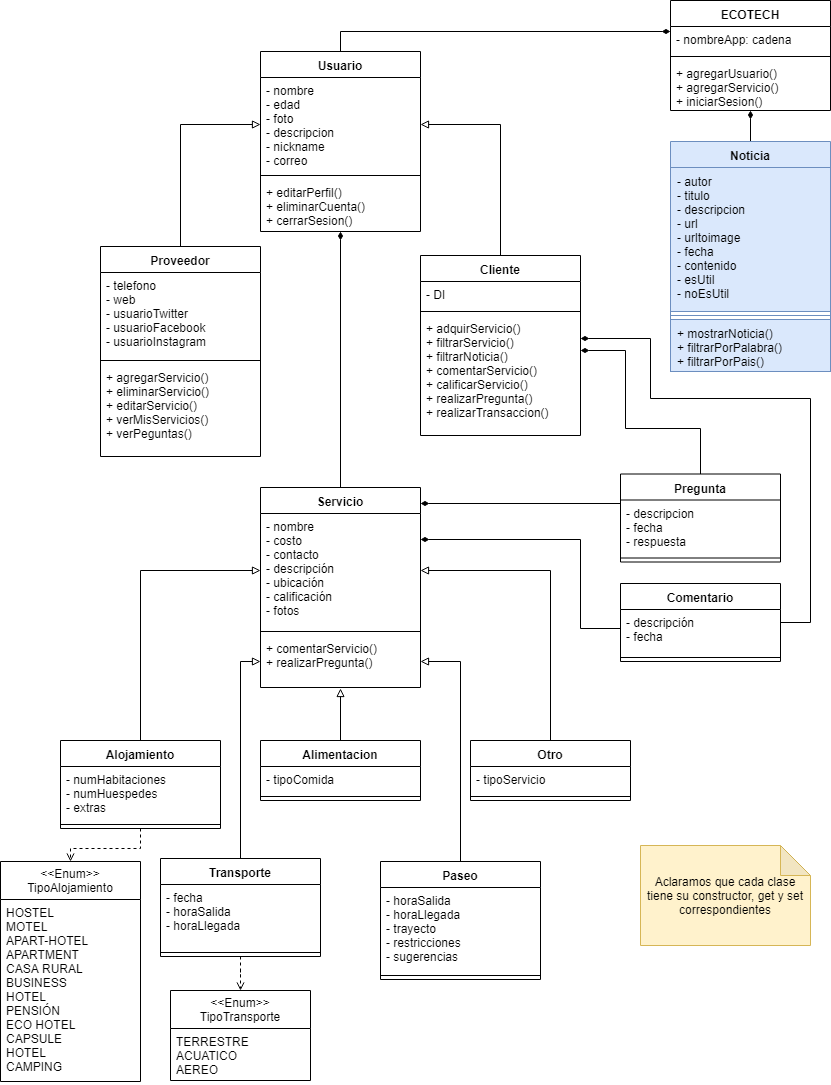
webservices1930/ECOTECH keeps this draw.io diagram as Diagramas/EcoTech Class Diagram.png. Above is the earlier version. Source tidied: cells renumbered, new cells last; positions are measured from the earlier drawing's top-left corner, leaving out a move shared by most shapes.
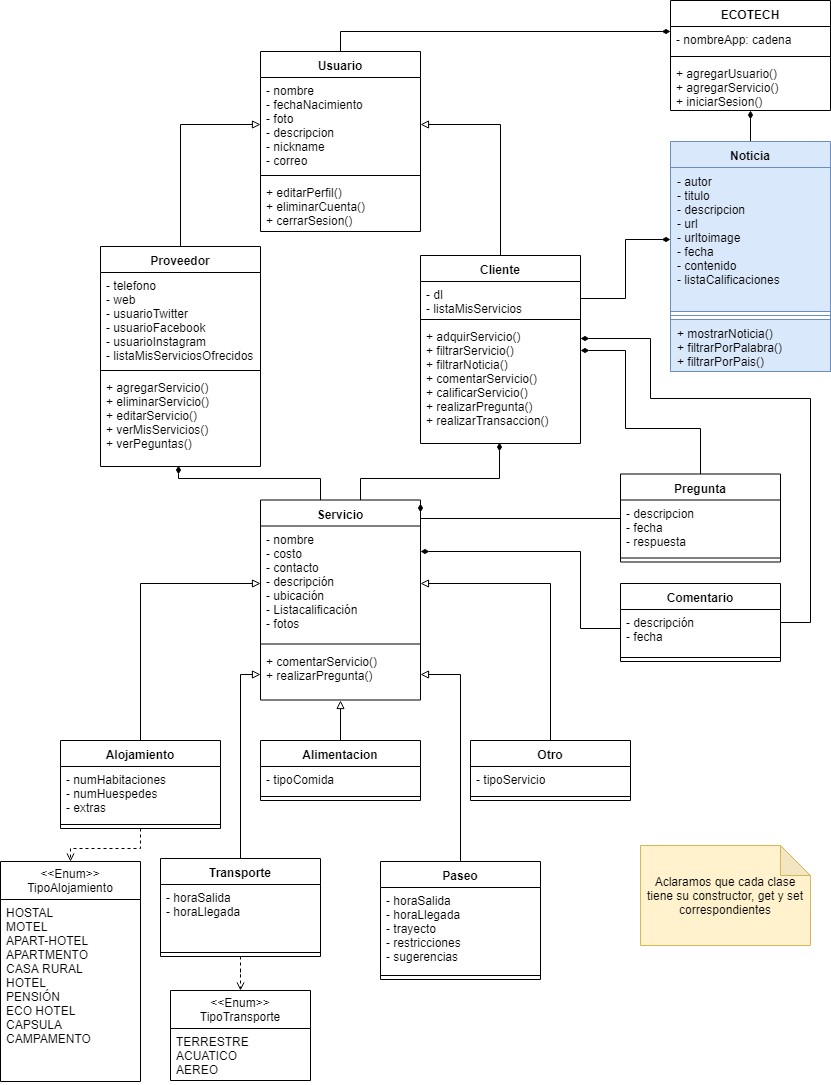
The same diagram one commit later.

Diff of the diagram source:
```diff
@@ -24,37 +24,61 @@
         </Array>
       </mxGeometry>
     </mxCell>
+    <mxCell id="68" style="edgeStyle=orthogonalEdgeStyle;rounded=0;jettySize=auto;html=1;entryX=0;entryY=0.5;entryDx=0;entryDy=0;startArrow=none;startFill=0;endArrow=diamondThin;endFill=1;" parent="1" edge="1" source="5" target="25">
+      <mxGeometry relative="1" as="geometry">
+        <Array as="points">
+          <mxPoint x="625" y="298" />
+          <mxPoint x="625" y="239" />
+        </Array>
+      </mxGeometry>
+    </mxCell>
     <mxCell id="5" value="Cliente" style="swimlane;fontStyle=1;align=center;verticalAlign=top;horizontal=1;startSize=26;" parent="1" vertex="1">
-      <mxGeometry x="420" y="255" width="160" height="180" as="geometry" />
+      <mxGeometry x="420" y="255" width="160" height="188" as="geometry" />
     </mxCell>
-    <mxCell id="6" value="- DI" style="text;strokeColor=none;fillColor=none;align=left;verticalAlign=top;spacingLeft=4;spacingRight=4;overflow=hidden;" parent="5" vertex="1">
-      <mxGeometry y="26" width="160" height="26" as="geometry" />
+    <mxCell id="6" value="- dI&#10;- listaMisServicios" style="text;strokeColor=none;fillColor=none;align=left;verticalAlign=top;spacingLeft=4;spacingRight=4;overflow=hidden;" parent="5" vertex="1">
+      <mxGeometry y="26" width="160" height="34" as="geometry" />
     </mxCell>
     <mxCell id="7" style="line;strokeWidth=1;fillColor=none;align=left;verticalAlign=middle;spacingTop=-1;spacingLeft=3;spacingRight=3;labelPosition=right;" parent="5" vertex="1">
-      <mxGeometry y="52" width="160" height="8" as="geometry" />
+      <mxGeometry y="60" width="160" height="8" as="geometry" />
     </mxCell>
     <mxCell id="8" value="+ adquirServicio()&#10;+ filtrarServicio()&#10;+ filtrarNoticia()&#10;+ comentarServicio()&#10;+ calificarServicio()&#10;+ realizarPregunta()&#10;+ realizarTransaccion()&#10;" style="text;strokeColor=none;fillColor=none;align=left;verticalAlign=top;spacingLeft=4;spacingRight=4;overflow=hidden;points=[[0,0.5],[1,0.5]];portConstraint=eastwest;" parent="5" vertex="1">
-      <mxGeometry y="60" width="160" height="120" as="geometry" />
+      <mxGeometry y="68" width="160" height="120" as="geometry" />
     </mxCell>
     <mxCell id="9" style="edgeStyle=orthogonalEdgeStyle;rounded=0;jettySize=auto;html=1;entryX=0;entryY=0.5;entryDx=0;entryDy=0;startArrow=none;startFill=0;endArrow=block;endFill=0;" parent="1" edge="1" source="10" target="60">
       <mxGeometry relative="1" as="geometry" />
     </mxCell>
     <mxCell id="10" value="Proveedor" style="swimlane;fontStyle=1;align=center;verticalAlign=top;horizontal=1;startSize=26;" parent="1" vertex="1">
-      <mxGeometry x="100" y="246" width="160" height="210" as="geometry" />
+      <mxGeometry x="100" y="246" width="160" height="220" as="geometry" />
     </mxCell>
-    <mxCell id="11" value="- telefono&#10;- web&#10;- usuarioTwitter&#10;- usuarioFacebook&#10;- usuarioInstagram" style="text;strokeColor=none;fillColor=none;align=left;verticalAlign=top;spacingLeft=4;spacingRight=4;overflow=hidden;" parent="10" vertex="1">
-      <mxGeometry y="26" width="160" height="84" as="geometry" />
+    <mxCell id="11" value="- telefono&#10;- web&#10;- usuarioTwitter&#10;- usuarioFacebook&#10;- usuarioInstagram&#10;- listaMisServiciosOfrecidos" style="text;strokeColor=none;fillColor=none;align=left;verticalAlign=top;spacingLeft=4;spacingRight=4;overflow=hidden;" parent="10" vertex="1">
+      <mxGeometry y="26" width="160" height="94" as="geometry" />
     </mxCell>
     <mxCell id="12" style="line;strokeWidth=1;fillColor=none;align=left;verticalAlign=middle;spacingTop=-1;spacingLeft=3;spacingRight=3;labelPosition=right;" parent="10" vertex="1">
-      <mxGeometry y="110" width="160" height="8" as="geometry" />
+      <mxGeometry y="120" width="160" height="8" as="geometry" />
     </mxCell>
     <mxCell id="13" value="+ agregarServicio()&#10;+ eliminarServicio()&#10;+ editarServicio()&#10;+ verMisServicios()&#10;+ verPeguntas()&#10;&#10;" style="text;strokeColor=none;fillColor=none;align=left;verticalAlign=top;spacingLeft=4;spacingRight=4;overflow=hidden;points=[[0,0.5],[1,0.5]];portConstraint=eastwest;" parent="10" vertex="1">
-      <mxGeometry y="118" width="160" height="92" as="geometry" />
+      <mxGeometry y="128" width="160" height="92" as="geometry" />
     </mxCell>
+    <mxCell id="69" style="edgeStyle=orthogonalEdgeStyle;rounded=0;jettySize=auto;html=1;entryX=0.488;entryY=0.989;entryDx=0;entryDy=0;entryPerimeter=0;startArrow=none;startFill=0;endArrow=diamondThin;endFill=1;" parent="1" edge="1" source="14" target="13">
+      <mxGeometry relative="1" as="geometry">
+        <Array as="points">
+          <mxPoint x="320" y="478" />
+          <mxPoint x="178" y="478" />
+        </Array>
+      </mxGeometry>
+    </mxCell>
+    <mxCell id="70" style="edgeStyle=orthogonalEdgeStyle;rounded=0;jettySize=auto;html=1;entryX=0.494;entryY=0.992;entryDx=0;entryDy=0;entryPerimeter=0;startArrow=none;startFill=0;endArrow=diamondThin;endFill=1;" parent="1" edge="1" source="14" target="8">
+      <mxGeometry relative="1" as="geometry">
+        <Array as="points">
+          <mxPoint x="360" y="478" />
+          <mxPoint x="499" y="478" />
+        </Array>
+      </mxGeometry>
+    </mxCell>
     <mxCell id="14" value="Servicio" style="swimlane;fontStyle=1;align=center;verticalAlign=top;horizontal=1;startSize=26;" parent="1" vertex="1">
-      <mxGeometry x="260" y="487" width="160" height="200" as="geometry" />
+      <mxGeometry x="260" y="499.5" width="160" height="200" as="geometry" />
     </mxCell>
-    <mxCell id="15" value="- nombre&#10;- costo&#10;- contacto&#10;- descripción&#10;- ubicación&#10;- calificación&#10;- fotos" style="text;strokeColor=none;fillColor=none;align=left;verticalAlign=top;spacingLeft=4;spacingRight=4;overflow=hidden;points=[[0,0.5],[1,0.5]];portConstraint=eastwest;" parent="14" vertex="1">
+    <mxCell id="15" value="- nombre&#10;- costo&#10;- contacto&#10;- descripción&#10;- ubicación&#10;- Listacalificación&#10;- fotos" style="text;strokeColor=none;fillColor=none;align=left;verticalAlign=top;spacingLeft=4;spacingRight=4;overflow=hidden;points=[[0,0.5],[1,0.5]];portConstraint=eastwest;" parent="14" vertex="1">
       <mxGeometry y="26" width="160" height="114" as="geometry" />
     </mxCell>
     <mxCell id="16" style="line;strokeWidth=1;fillColor=none;align=left;verticalAlign=middle;spacingTop=-1;spacingLeft=3;spacingRight=3;labelPosition=right;" parent="14" vertex="1">
@@ -93,7 +117,7 @@
     <mxCell id="24" value="Noticia" style="swimlane;fontStyle=1;align=center;verticalAlign=top;horizontal=1;startSize=26;fillColor=#dae8fc;strokeColor=#6c8ebf;" parent="1" vertex="1">
       <mxGeometry x="670" y="141" width="160" height="230" as="geometry" />
     </mxCell>
-    <mxCell id="25" value="- autor&#10;- titulo&#10;- descripcion&#10;- url&#10;- urltoimage&#10;- fecha&#10;- contenido&#10;- esUtil&#10;- noEsUtil" style="text;strokeColor=#6c8ebf;fillColor=#dae8fc;align=left;verticalAlign=top;spacingLeft=4;spacingRight=4;overflow=hidden;points=[[0,0.5],[1,0.5]];portConstraint=eastwest;" parent="24" vertex="1">
+    <mxCell id="25" value="- autor&#10;- titulo&#10;- descripcion&#10;- url&#10;- urltoimage&#10;- fecha&#10;- contenido&#10;- listaCalificaciones" style="text;strokeColor=#6c8ebf;fillColor=#dae8fc;align=left;verticalAlign=top;spacingLeft=4;spacingRight=4;overflow=hidden;points=[[0,0.5],[1,0.5]];portConstraint=eastwest;" parent="24" vertex="1">
       <mxGeometry y="26" width="160" height="144" as="geometry" />
     </mxCell>
     <mxCell id="26" style="line;strokeWidth=1;fillColor=#dae8fc;align=left;verticalAlign=middle;spacingTop=-1;spacingLeft=3;spacingRight=3;labelPosition=right;strokeColor=#6c8ebf;" parent="24" vertex="1">
@@ -138,7 +162,7 @@
     <mxCell id="39" value="Transporte" style="swimlane;fontStyle=1;align=center;verticalAlign=top;horizontal=1;startSize=26;" parent="1" vertex="1">
       <mxGeometry x="160" y="858" width="160" height="98" as="geometry" />
     </mxCell>
-    <mxCell id="40" value="- fecha&#10;- horaSalida&#10;- horaLlegada&#10;" style="text;strokeColor=none;fillColor=none;align=left;verticalAlign=top;spacingLeft=4;spacingRight=4;overflow=hidden;" parent="39" vertex="1">
+    <mxCell id="40" value="- horaSalida&#10;- horaLlegada&#10;" style="text;strokeColor=none;fillColor=none;align=left;verticalAlign=top;spacingLeft=4;spacingRight=4;overflow=hidden;" parent="39" vertex="1">
       <mxGeometry y="26" width="160" height="64" as="geometry" />
     </mxCell>
     <mxCell id="41" style="line;strokeWidth=1;fillColor=none;align=left;verticalAlign=middle;spacingTop=-1;spacingLeft=3;spacingRight=3;labelPosition=right;" parent="39" vertex="1">
@@ -172,7 +196,7 @@
       <mxGeometry relative="1" as="geometry">
         <mxPoint x="420" y="503" as="targetPoint" />
         <Array as="points">
-          <mxPoint x="420" y="503" />
+          <mxPoint x="420" y="518" />
         </Array>
       </mxGeometry>
     </mxCell>
@@ -197,13 +221,10 @@
     <mxCell id="57" style="line;strokeWidth=1;fillColor=none;align=left;verticalAlign=middle;spacingTop=-1;spacingLeft=3;spacingRight=3;labelPosition=right;" parent="55" vertex="1">
       <mxGeometry y="70" width="160" height="8" as="geometry" />
     </mxCell>
-    <mxCell id="58" style="edgeStyle=orthogonalEdgeStyle;rounded=0;jettySize=auto;html=1;entryX=0.5;entryY=0;entryDx=0;entryDy=0;startArrow=diamondThin;startFill=1;endArrow=none;endFill=0;" parent="1" edge="1" source="59" target="14">
-      <mxGeometry relative="1" as="geometry" />
-    </mxCell>
     <mxCell id="59" value="Usuario" style="swimlane;fontStyle=1;align=center;verticalAlign=top;horizontal=1;startSize=26;" parent="1" vertex="1">
       <mxGeometry x="260" y="51" width="160" height="180" as="geometry" />
     </mxCell>
-    <mxCell id="60" value="- nombre&#10;- edad&#10;- foto&#10;- descripcion&#10;- nickname&#10;- correo&#10;" style="text;strokeColor=none;fillColor=none;align=left;verticalAlign=top;spacingLeft=4;spacingRight=4;overflow=hidden;points=[[0,0.5],[1,0.5]];portConstraint=eastwest;" parent="59" vertex="1">
+    <mxCell id="60" value="- nombre&#10;- fechaNacimiento&#10;- foto&#10;- descripcion&#10;- nickname&#10;- correo&#10;" style="text;strokeColor=none;fillColor=none;align=left;verticalAlign=top;spacingLeft=4;spacingRight=4;overflow=hidden;points=[[0,0.5],[1,0.5]];portConstraint=eastwest;" parent="59" vertex="1">
       <mxGeometry y="26" width="160" height="94" as="geometry" />
     </mxCell>
     <mxCell id="61" style="line;strokeWidth=1;fillColor=none;align=left;verticalAlign=middle;spacingTop=-1;spacingLeft=3;spacingRight=3;labelPosition=right;" parent="59" vertex="1">
@@ -221,14 +242,14 @@
     <mxCell id="65" value="&lt;&lt;Enum&gt;&gt;&#10;TipoAlojamiento" style="swimlane;fontStyle=0;horizontal=1;startSize=38;fillColor=none;" parent="1" vertex="1">
       <mxGeometry y="861" width="140" height="220" as="geometry" />
     </mxCell>
-    <mxCell id="66" value="HOSTEL&#10;MOTEL&#10;APART-HOTEL&#10;APARTMENT&#10;CASA RURAL&#10;BUSINESS&#10;HOTEL&#10;PENSIÓN&#10;ECO HOTEL&#10;CAPSULE&#10;HOTEL&#10;CAMPING" style="text;strokeColor=none;fillColor=none;align=left;verticalAlign=top;spacingLeft=4;spacingRight=4;overflow=hidden;" parent="65" vertex="1">
+    <mxCell id="66" value="HOSTAL&#10;MOTEL&#10;APART-HOTEL&#10;APARTMENTO&#10;CASA RURAL&#10;HOTEL&#10;PENSIÓN&#10;ECO HOTEL&#10;CAPSULA&#10;CAMPAMENTO" style="text;strokeColor=none;fillColor=none;align=left;verticalAlign=top;spacingLeft=4;spacingRight=4;overflow=hidden;" parent="65" vertex="1">
       <mxGeometry y="38" width="140" height="182" as="geometry" />
     </mxCell>
     <mxCell id="67" style="edgeStyle=orthogonalEdgeStyle;rounded=0;jettySize=auto;html=1;entryX=1;entryY=0.228;entryDx=0;entryDy=0;entryPerimeter=0;startArrow=none;startFill=0;endArrow=diamondThin;endFill=1;" parent="1" edge="1" source="56" target="15">
       <mxGeometry relative="1" as="geometry">
         <Array as="points">
           <mxPoint x="580" y="628" />
-          <mxPoint x="580" y="539" />
+          <mxPoint x="580" y="551" />
         </Array>
       </mxGeometry>
     </mxCell>
```
